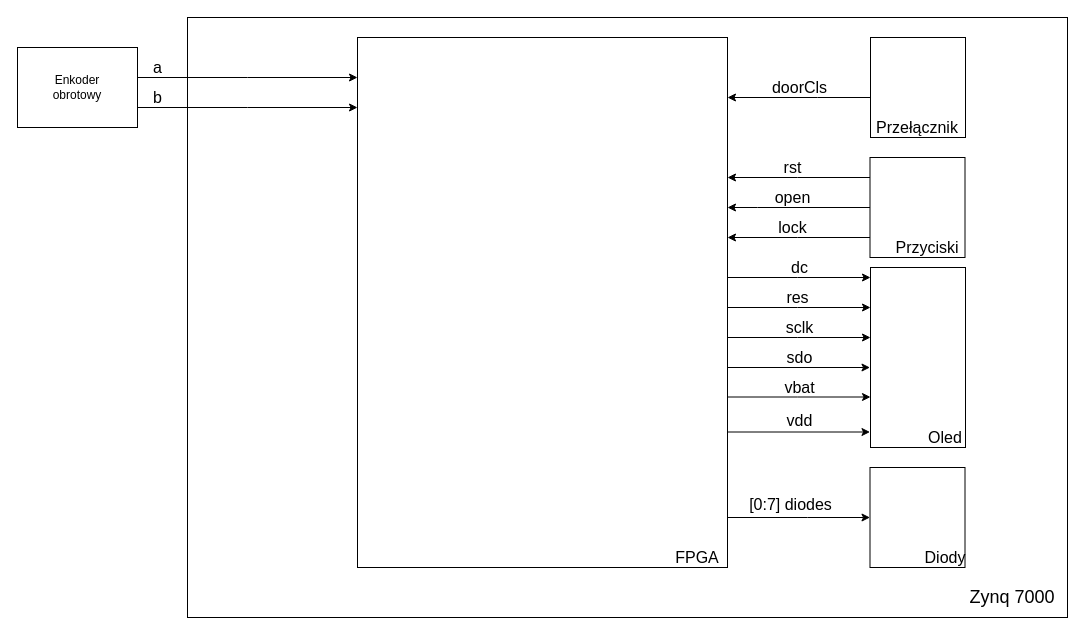
arokasprz100/HDL-Safe keeps this draw.io diagram as Documentation/res/drawio/hardware_architecture.drawio. Above is the earlier version. Source tidied: cells renumbered, new cells numbered last; positions are measured from the earlier drawing's top-left corner, leaving out a move shared by most shapes. Both pictures are drawn from the tidied source at 100%, with x=0, y=0 at pixel (17, 17).
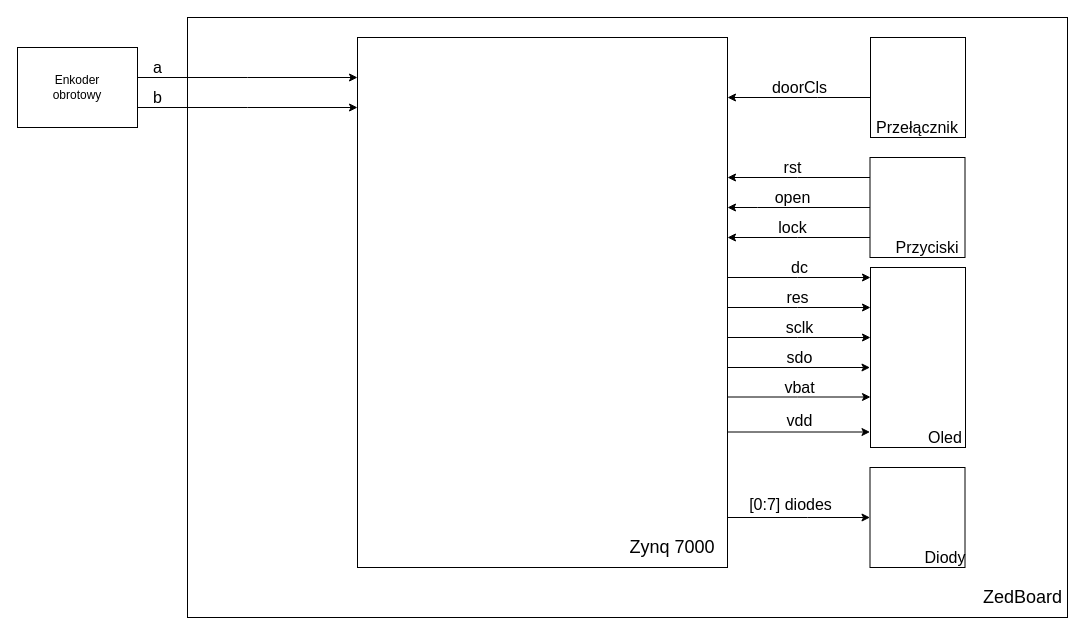
The same page after the edit.

Diff of the diagram source:
```diff
@@
-    <mxCell id="5" value="&lt;font style=&quot;font-size: 18px&quot;&gt;Zynq 7000&lt;/font&gt;" style="text;html=1;strokeColor=none;fillColor=none;align=center;verticalAlign=middle;whiteSpace=wrap;rounded=0;" parent="1" vertex="1">
-      <mxGeometry x="940" y="570" width="110" height="20" as="geometry" />
-    </mxCell>
@@
-    <mxCell id="10" value="&lt;font style=&quot;font-size: 16px&quot;&gt;FPGA&lt;/font&gt;" style="text;html=1;strokeColor=none;fillColor=none;align=center;verticalAlign=middle;whiteSpace=wrap;rounded=0;" parent="1" vertex="1">
-      <mxGeometry x="660" y="530" width="40" height="20" as="geometry" />
-    </mxCell>
@@
-    <mxCell id="40" style="edgeStyle=orthogonalEdgeStyle;rounded=0;orthogonalLoop=1;jettySize=auto;html=1;exitX=0.5;exitY=1;exitDx=0;exitDy=0;" parent="1" edge="1" source="10" target="10">
-      <mxGeometry relative="1" as="geometry" />
+    <mxCell id="40" style="edgeStyle=orthogonalEdgeStyle;rounded=0;orthogonalLoop=1;jettySize=auto;html=1;exitX=0.5;exitY=1;exitDx=0;exitDy=0;" parent="1" edge="1">
+      <mxGeometry relative="1" as="geometry">
+        <mxPoint x="680" y="550" as="sourcePoint" />
+        <mxPoint x="680" y="550" as="targetPoint" />
+      </mxGeometry>
     </mxCell>
@@
+    <mxCell id="5" value="&lt;font style=&quot;font-size: 18px&quot;&gt;Zynq 7000&lt;/font&gt;" style="text;html=1;strokeColor=none;fillColor=none;align=center;verticalAlign=middle;whiteSpace=wrap;rounded=0;" parent="1" vertex="1">
+      <mxGeometry x="600" y="520" width="110" height="20" as="geometry" />
+    </mxCell>
+    <mxCell id="42" value="&lt;font style=&quot;font-size: 18px&quot;&gt;ZedBoard&lt;/font&gt;" style="text;html=1;align=center;verticalAlign=middle;" parent="1" vertex="1">
+      <mxGeometry x="960" y="570" width="90" height="20" as="geometry" />
+    </mxCell>
```
